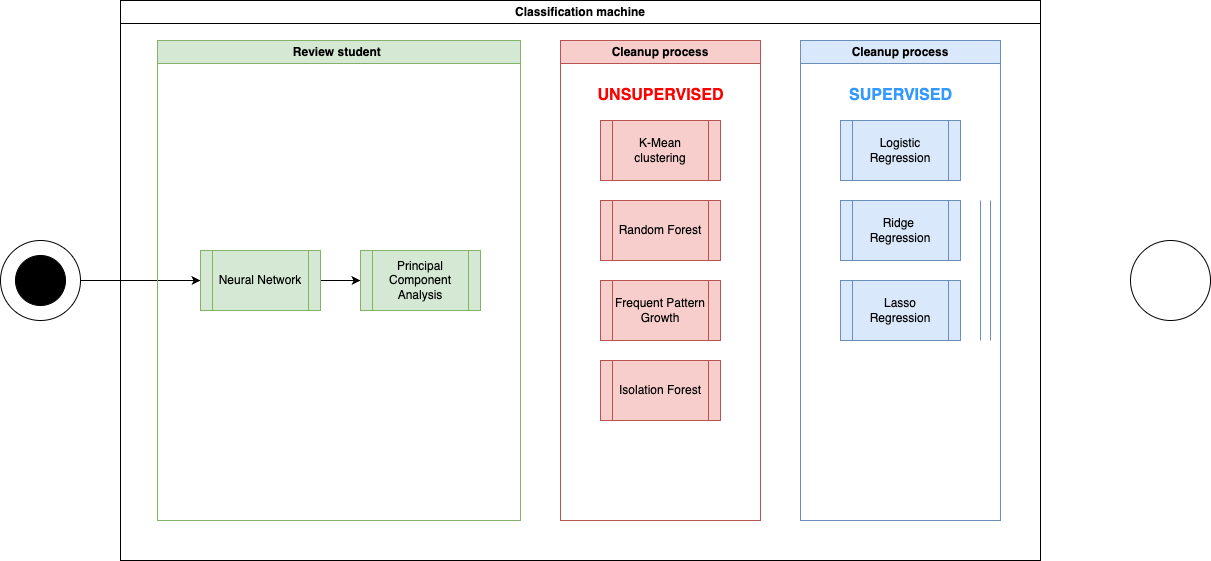
The draw.io diagram res/diagram/ML Workflow.png in UPPA-s-University-Projects/M2-2023-recherche_Data-Driven-Admissions-in-Education, before a commit. Source tidied: cells renumbered, new cells last; positions are measured from the earlier drawing's top-left corner, leaving out a move shared by most shapes. The source it was exported from:
```xml
<mxGraphModel>
  <root>
    <mxCell id="0" />
    <mxCell id="1" parent="0" />
    <mxCell id="2" style="edgeStyle=orthogonalEdgeStyle;rounded=0;jettySize=auto;html=1;exitX=1;exitY=0.5;exitDx=0;exitDy=0;entryX=0;entryY=0.5;entryDx=0;entryDy=0;" parent="1" edge="1" source="3" target="8">
      <mxGeometry relative="1" as="geometry" />
    </mxCell>
    <mxCell id="3" style="ellipse;whiteSpace=wrap;html=1;" parent="1" vertex="1">
      <mxGeometry y="240" width="80" height="80" as="geometry" />
    </mxCell>
    <mxCell id="4" style="ellipse;whiteSpace=wrap;html=1;fillColor=#000000;" parent="1" vertex="1">
      <mxGeometry x="15" y="255" width="50" height="50" as="geometry" />
    </mxCell>
    <mxCell id="5" value="Classification machine" style="swimlane;whiteSpace=wrap;html=1;" parent="1" vertex="1">
      <mxGeometry x="120" width="920" height="560" as="geometry" />
    </mxCell>
    <mxCell id="6" value="Review student&amp;nbsp;" style="swimlane;whiteSpace=wrap;html=1;fillColor=#d5e8d4;strokeColor=#82b366;" parent="5" vertex="1">
      <mxGeometry x="37" y="40" width="363" height="480" as="geometry" />
    </mxCell>
    <mxCell id="7" style="edgeStyle=orthogonalEdgeStyle;rounded=0;jettySize=auto;html=1;" parent="6" edge="1" source="8" target="9">
      <mxGeometry relative="1" as="geometry" />
    </mxCell>
    <mxCell id="8" value="Neural Network" style="shape=process;whiteSpace=wrap;html=1;backgroundOutline=1;fillColor=#d5e8d4;strokeColor=#82b366;" parent="6" vertex="1">
      <mxGeometry x="43" y="210" width="120" height="60" as="geometry" />
    </mxCell>
    <mxCell id="9" value="Principal &lt;br&gt;Component Analysis" style="shape=process;whiteSpace=wrap;html=1;backgroundOutline=1;fillColor=#d5e8d4;strokeColor=#82b366;" parent="6" vertex="1">
      <mxGeometry x="203" y="210" width="120" height="60" as="geometry" />
    </mxCell>
    <mxCell id="10" value="Cleanup process" style="swimlane;whiteSpace=wrap;html=1;fillColor=#f8cecc;strokeColor=#b85450;" parent="5" vertex="1">
      <mxGeometry x="440" y="40" width="200" height="480" as="geometry" />
    </mxCell>
    <mxCell id="11" value="K-Mean clustering" style="shape=process;whiteSpace=wrap;html=1;backgroundOutline=1;fillColor=#f8cecc;strokeColor=#b85450;" parent="10" vertex="1">
      <mxGeometry x="40" y="80" width="120" height="60" as="geometry" />
    </mxCell>
    <mxCell id="12" value="Random Forest" style="shape=process;whiteSpace=wrap;html=1;backgroundOutline=1;fillColor=#f8cecc;strokeColor=#b85450;" parent="10" vertex="1">
      <mxGeometry x="40" y="160" width="120" height="60" as="geometry" />
    </mxCell>
    <mxCell id="13" value="Frequent Pattern Growth" style="shape=process;whiteSpace=wrap;html=1;backgroundOutline=1;fillColor=#f8cecc;strokeColor=#b85450;" parent="10" vertex="1">
      <mxGeometry x="40" y="240" width="120" height="60" as="geometry" />
    </mxCell>
    <mxCell id="14" value="Isolation Forest" style="shape=process;whiteSpace=wrap;html=1;backgroundOutline=1;fillColor=#f8cecc;strokeColor=#b85450;" parent="10" vertex="1">
      <mxGeometry x="40" y="320" width="120" height="60" as="geometry" />
    </mxCell>
    <mxCell id="15" value="&lt;b&gt;&lt;font style=&quot;font-size: 16px;&quot; color=&quot;#ff0000&quot;&gt;UNSUPERVISED&lt;/font&gt;&lt;/b&gt;" style="text;html=1;align=center;verticalAlign=middle;strokeColor=none;fillColor=none;" parent="10" vertex="1">
      <mxGeometry x="25" y="40" width="150" height="30" as="geometry" />
    </mxCell>
    <mxCell id="16" value="Cleanup process" style="swimlane;whiteSpace=wrap;html=1;fillColor=#dae8fc;strokeColor=#6c8ebf;" parent="5" vertex="1">
      <mxGeometry x="680" y="40" width="200" height="480" as="geometry" />
    </mxCell>
    <mxCell id="17" value="Logistic&lt;br&gt;Regression" style="shape=process;whiteSpace=wrap;html=1;backgroundOutline=1;fillColor=#dae8fc;strokeColor=#6c8ebf;" parent="16" vertex="1">
      <mxGeometry x="40" y="80" width="120" height="60" as="geometry" />
    </mxCell>
    <mxCell id="18" value="Ridge&amp;nbsp;&lt;br&gt;Regression" style="shape=process;whiteSpace=wrap;html=1;backgroundOutline=1;fillColor=#dae8fc;strokeColor=#6c8ebf;" parent="16" vertex="1">
      <mxGeometry x="40" y="160" width="120" height="60" as="geometry" />
    </mxCell>
    <mxCell id="19" value="Lasso Regression" style="shape=process;whiteSpace=wrap;html=1;backgroundOutline=1;fillColor=#dae8fc;strokeColor=#6c8ebf;" parent="16" vertex="1">
      <mxGeometry x="40" y="240" width="120" height="60" as="geometry" />
    </mxCell>
    <mxCell id="20" value="&lt;b&gt;&lt;font color=&quot;#3399ff&quot; style=&quot;font-size: 16px;&quot;&gt;SUPERVISED&lt;/font&gt;&lt;/b&gt;" style="text;html=1;align=center;verticalAlign=middle;strokeColor=none;fillColor=none;" parent="16" vertex="1">
      <mxGeometry x="35" y="40" width="130" height="30" as="geometry" />
    </mxCell>
    <mxCell id="21" style="endArrow=none;html=1;rounded=0;fillColor=#dae8fc;strokeColor=#6c8ebf;" parent="16" edge="1">
      <mxGeometry relative="1" as="geometry">
        <mxPoint x="180" y="300" as="sourcePoint" />
        <mxPoint x="180" y="160" as="targetPoint" />
      </mxGeometry>
    </mxCell>
    <mxCell id="22" style="endArrow=none;html=1;rounded=0;fillColor=#dae8fc;strokeColor=#6c8ebf;" parent="16" edge="1">
      <mxGeometry relative="1" as="geometry">
        <mxPoint x="190" y="300" as="sourcePoint" />
        <mxPoint x="190" y="160" as="targetPoint" />
      </mxGeometry>
    </mxCell>
    <mxCell id="23" style="ellipse;whiteSpace=wrap;html=1;" parent="1" vertex="1">
      <mxGeometry x="1130" y="240" width="80" height="80" as="geometry" />
    </mxCell>
  </root>
</mxGraphModel>
```
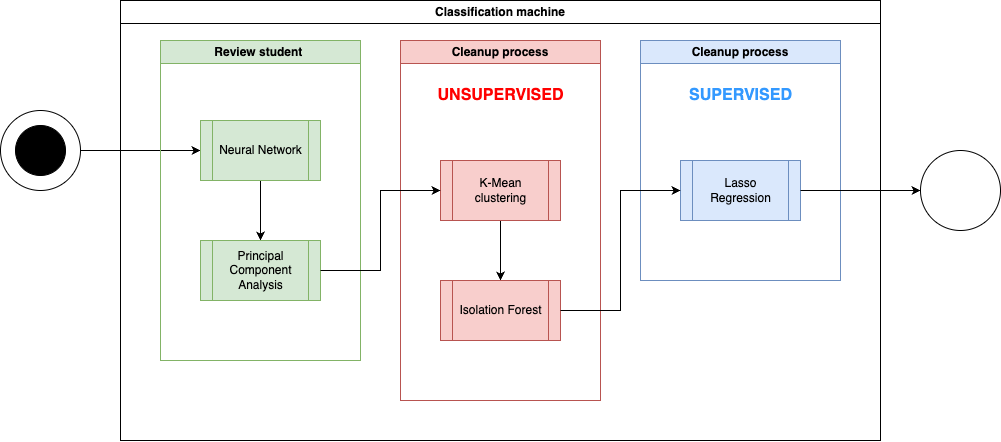
The same diagram one commit later.

Diff of the diagram source:
```diff
@@ -6,73 +6,61 @@
       <mxGeometry relative="1" as="geometry" />
     </mxCell>
     <mxCell id="3" style="ellipse;whiteSpace=wrap;html=1;" parent="1" vertex="1">
-      <mxGeometry y="240" width="80" height="80" as="geometry" />
+      <mxGeometry y="110" width="80" height="80" as="geometry" />
     </mxCell>
     <mxCell id="4" style="ellipse;whiteSpace=wrap;html=1;fillColor=#000000;" parent="1" vertex="1">
-      <mxGeometry x="15" y="255" width="50" height="50" as="geometry" />
+      <mxGeometry x="15" y="125" width="50" height="50" as="geometry" />
     </mxCell>
     <mxCell id="5" value="Classification machine" style="swimlane;whiteSpace=wrap;html=1;" parent="1" vertex="1">
-      <mxGeometry x="120" width="920" height="560" as="geometry" />
+      <mxGeometry x="120" width="760" height="440" as="geometry" />
     </mxCell>
     <mxCell id="6" value="Review student&amp;nbsp;" style="swimlane;whiteSpace=wrap;html=1;fillColor=#d5e8d4;strokeColor=#82b366;" parent="5" vertex="1">
-      <mxGeometry x="37" y="40" width="363" height="480" as="geometry" />
+      <mxGeometry x="40" y="40" width="200" height="320" as="geometry" />
     </mxCell>
-    <mxCell id="7" style="edgeStyle=orthogonalEdgeStyle;rounded=0;jettySize=auto;html=1;" parent="6" edge="1" source="8" target="9">
+    <mxCell id="7" style="edgeStyle=orthogonalEdgeStyle;rounded=0;jettySize=auto;html=1;exitX=0.5;exitY=1;exitDx=0;exitDy=0;entryX=0.5;entryY=0;entryDx=0;entryDy=0;" parent="6" edge="1" source="8" target="9">
       <mxGeometry relative="1" as="geometry" />
     </mxCell>
     <mxCell id="8" value="Neural Network" style="shape=process;whiteSpace=wrap;html=1;backgroundOutline=1;fillColor=#d5e8d4;strokeColor=#82b366;" parent="6" vertex="1">
-      <mxGeometry x="43" y="210" width="120" height="60" as="geometry" />
+      <mxGeometry x="40" y="80" width="120" height="60" as="geometry" />
     </mxCell>
     <mxCell id="9" value="Principal &lt;br&gt;Component Analysis" style="shape=process;whiteSpace=wrap;html=1;backgroundOutline=1;fillColor=#d5e8d4;strokeColor=#82b366;" parent="6" vertex="1">
-      <mxGeometry x="203" y="210" width="120" height="60" as="geometry" />
+      <mxGeometry x="40" y="200" width="120" height="60" as="geometry" />
     </mxCell>
     <mxCell id="10" value="Cleanup process" style="swimlane;whiteSpace=wrap;html=1;fillColor=#f8cecc;strokeColor=#b85450;" parent="5" vertex="1">
-      <mxGeometry x="440" y="40" width="200" height="480" as="geometry" />
+      <mxGeometry x="280" y="40" width="200" height="360" as="geometry" />
     </mxCell>
+    <mxCell id="24" style="edgeStyle=orthogonalEdgeStyle;rounded=0;jettySize=auto;html=1;exitX=0.5;exitY=1;exitDx=0;exitDy=0;entryX=0.5;entryY=0;entryDx=0;entryDy=0;" parent="10" edge="1" source="11" target="14">
+      <mxGeometry relative="1" as="geometry" />
+    </mxCell>
     <mxCell id="11" value="K-Mean clustering" style="shape=process;whiteSpace=wrap;html=1;backgroundOutline=1;fillColor=#f8cecc;strokeColor=#b85450;" parent="10" vertex="1">
-      <mxGeometry x="40" y="80" width="120" height="60" as="geometry" />
+      <mxGeometry x="40" y="120" width="120" height="60" as="geometry" />
     </mxCell>
-    <mxCell id="12" value="Random Forest" style="shape=process;whiteSpace=wrap;html=1;backgroundOutline=1;fillColor=#f8cecc;strokeColor=#b85450;" parent="10" vertex="1">
-      <mxGeometry x="40" y="160" width="120" height="60" as="geometry" />
-    </mxCell>
-    <mxCell id="13" value="Frequent Pattern Growth" style="shape=process;whiteSpace=wrap;html=1;backgroundOutline=1;fillColor=#f8cecc;strokeColor=#b85450;" parent="10" vertex="1">
-      <mxGeometry x="40" y="240" width="120" height="60" as="geometry" />
-    </mxCell>
     <mxCell id="14" value="Isolation Forest" style="shape=process;whiteSpace=wrap;html=1;backgroundOutline=1;fillColor=#f8cecc;strokeColor=#b85450;" parent="10" vertex="1">
-      <mxGeometry x="40" y="320" width="120" height="60" as="geometry" />
+      <mxGeometry x="40" y="240" width="120" height="60" as="geometry" />
     </mxCell>
     <mxCell id="15" value="&lt;b&gt;&lt;font style=&quot;font-size: 16px;&quot; color=&quot;#ff0000&quot;&gt;UNSUPERVISED&lt;/font&gt;&lt;/b&gt;" style="text;html=1;align=center;verticalAlign=middle;strokeColor=none;fillColor=none;" parent="10" vertex="1">
       <mxGeometry x="25" y="40" width="150" height="30" as="geometry" />
     </mxCell>
     <mxCell id="16" value="Cleanup process" style="swimlane;whiteSpace=wrap;html=1;fillColor=#dae8fc;strokeColor=#6c8ebf;" parent="5" vertex="1">
-      <mxGeometry x="680" y="40" width="200" height="480" as="geometry" />
+      <mxGeometry x="520" y="40" width="200" height="240" as="geometry" />
     </mxCell>
-    <mxCell id="17" value="Logistic&lt;br&gt;Regression" style="shape=process;whiteSpace=wrap;html=1;backgroundOutline=1;fillColor=#dae8fc;strokeColor=#6c8ebf;" parent="16" vertex="1">
-      <mxGeometry x="40" y="80" width="120" height="60" as="geometry" />
-    </mxCell>
-    <mxCell id="18" value="Ridge&amp;nbsp;&lt;br&gt;Regression" style="shape=process;whiteSpace=wrap;html=1;backgroundOutline=1;fillColor=#dae8fc;strokeColor=#6c8ebf;" parent="16" vertex="1">
-      <mxGeometry x="40" y="160" width="120" height="60" as="geometry" />
-    </mxCell>
     <mxCell id="19" value="Lasso Regression" style="shape=process;whiteSpace=wrap;html=1;backgroundOutline=1;fillColor=#dae8fc;strokeColor=#6c8ebf;" parent="16" vertex="1">
-      <mxGeometry x="40" y="240" width="120" height="60" as="geometry" />
+      <mxGeometry x="40" y="120" width="120" height="60" as="geometry" />
     </mxCell>
     <mxCell id="20" value="&lt;b&gt;&lt;font color=&quot;#3399ff&quot; style=&quot;font-size: 16px;&quot;&gt;SUPERVISED&lt;/font&gt;&lt;/b&gt;" style="text;html=1;align=center;verticalAlign=middle;strokeColor=none;fillColor=none;" parent="16" vertex="1">
       <mxGeometry x="35" y="40" width="130" height="30" as="geometry" />
     </mxCell>
-    <mxCell id="21" style="endArrow=none;html=1;rounded=0;fillColor=#dae8fc;strokeColor=#6c8ebf;" parent="16" edge="1">
-      <mxGeometry relative="1" as="geometry">
-        <mxPoint x="180" y="300" as="sourcePoint" />
-        <mxPoint x="180" y="160" as="targetPoint" />
-      </mxGeometry>
-    </mxCell>
-    <mxCell id="22" style="endArrow=none;html=1;rounded=0;fillColor=#dae8fc;strokeColor=#6c8ebf;" parent="16" edge="1">
-      <mxGeometry relative="1" as="geometry">
-        <mxPoint x="190" y="300" as="sourcePoint" />
-        <mxPoint x="190" y="160" as="targetPoint" />
-      </mxGeometry>
-    </mxCell>
+    <mxCell id="25" style="edgeStyle=orthogonalEdgeStyle;rounded=0;jettySize=auto;html=1;exitX=1;exitY=0.5;exitDx=0;exitDy=0;entryX=0;entryY=0.5;entryDx=0;entryDy=0;" parent="5" edge="1" source="9" target="11">
+      <mxGeometry relative="1" as="geometry" />
+    </mxCell>
+    <mxCell id="26" style="edgeStyle=orthogonalEdgeStyle;rounded=0;jettySize=auto;html=1;exitX=1;exitY=0.5;exitDx=0;exitDy=0;entryX=0;entryY=0.5;entryDx=0;entryDy=0;" parent="5" edge="1" source="14" target="19">
+      <mxGeometry relative="1" as="geometry" />
+    </mxCell>
     <mxCell id="23" style="ellipse;whiteSpace=wrap;html=1;" parent="1" vertex="1">
-      <mxGeometry x="1130" y="240" width="80" height="80" as="geometry" />
+      <mxGeometry x="920" y="150" width="80" height="80" as="geometry" />
     </mxCell>
+    <mxCell id="27" style="edgeStyle=orthogonalEdgeStyle;rounded=0;jettySize=auto;html=1;exitX=1;exitY=0.5;exitDx=0;exitDy=0;entryX=0;entryY=0.5;entryDx=0;entryDy=0;" parent="1" edge="1" source="19" target="23">
+      <mxGeometry relative="1" as="geometry" />
+    </mxCell>
   </root>
 </mxGraphModel>
```
